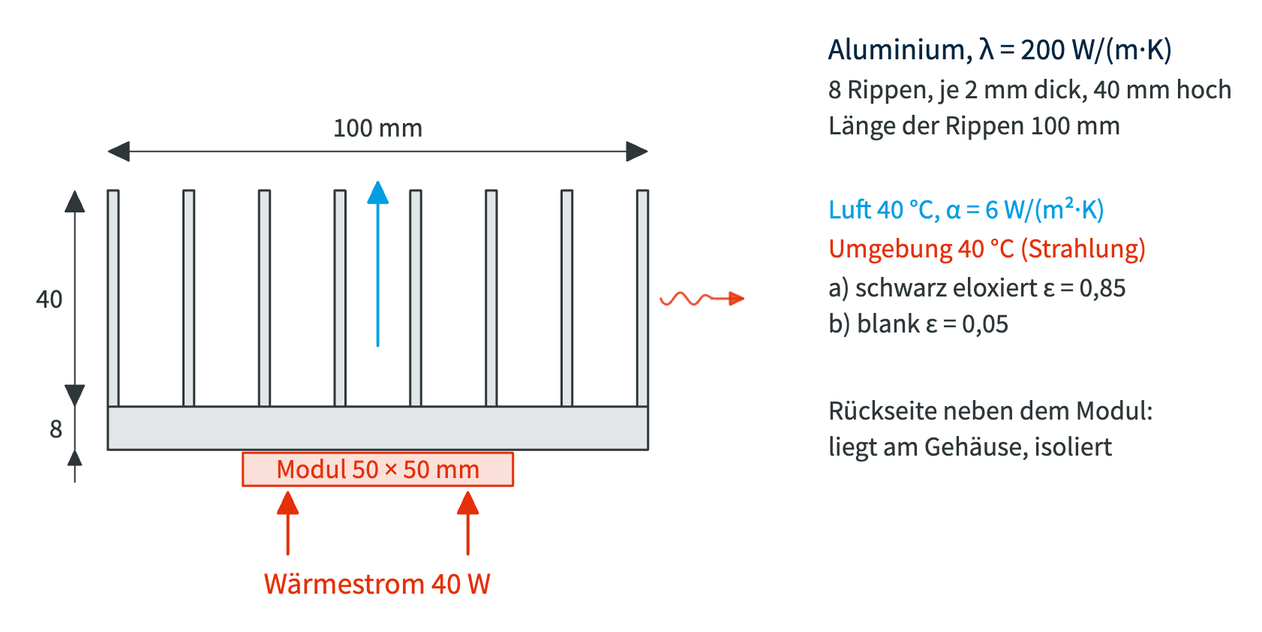
Before: docs/P2_Randbedingungen/images/p2_kuehlkoerper.excalidraw.png, a diagram exported from Excalidraw (prof-schoenfelder-lab/Thermische-Analyse). Source tidied: one line per element, renumbered; positions are measured from the earlier drawing's top-left corner, leaving out a move shared by most shapes.
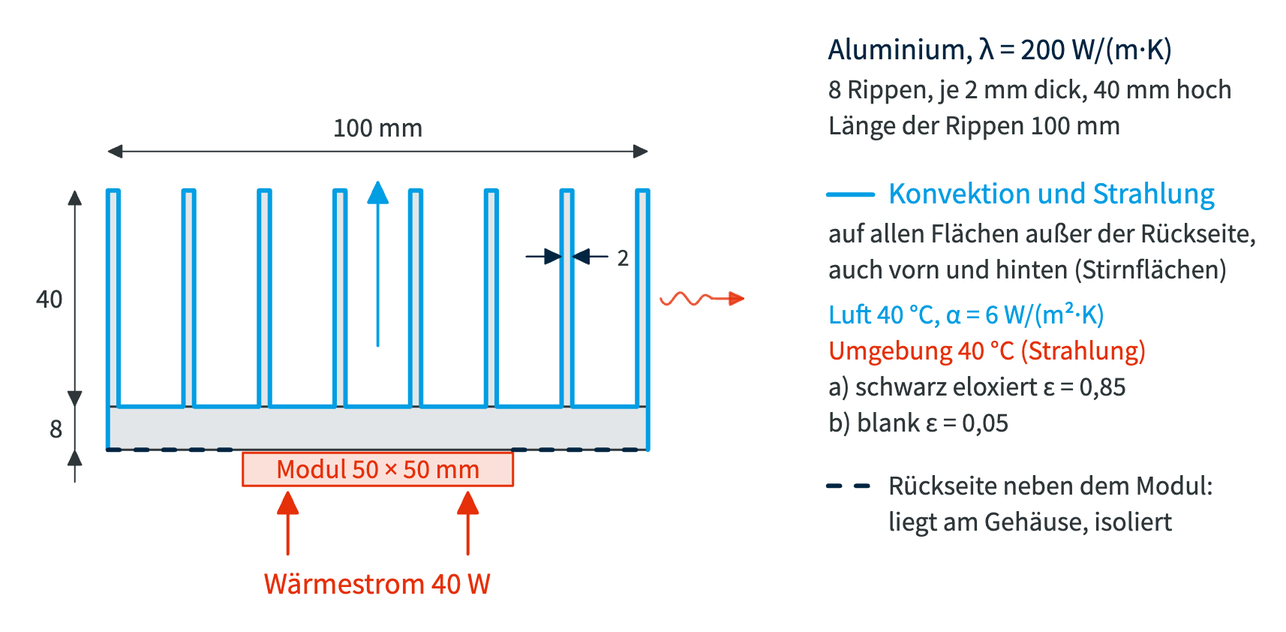
The same file after the commit.

Change to the diagram source:
```diff
@@ -1,36 +1,47 @@
-{"id": 0, "type": "rectangle", "strokeColor": "#2E3639", "backgroundColor": "#e3e6e8", "fillStyle": "solid", "strokeWidth": 1.5, "roughness": 0, "x": 52, "y": 251, "width": 360, "height": 29}
-{"id": 1, "type": "rectangle", "strokeColor": "#2E3639", "backgroundColor": "#e3e6e8", "fillStyle": "solid", "strokeWidth": 1.5, "roughness": 0, "x": 52, "y": 107, "width": 7, "height": 144}
-{"id": 2, "type": "rectangle", "strokeColor": "#2E3639", "backgroundColor": "#e3e6e8", "fillStyle": "solid", "strokeWidth": 1.5, "roughness": 0, "x": 102, "y": 107, "width": 7, "height": 144}
-{"id": 3, "type": "rectangle", "strokeColor": "#2E3639", "backgroundColor": "#e3e6e8", "fillStyle": "solid", "strokeWidth": 1.5, "roughness": 0, "x": 153, "y": 107, "width": 7, "height": 144}
-{"id": 4, "type": "rectangle", "strokeColor": "#2E3639", "backgroundColor": "#e3e6e8", "fillStyle": "solid", "strokeWidth": 1.5, "roughness": 0, "x": 203, "y": 107, "width": 7, "height": 144}
-{"id": 5, "type": "rectangle", "strokeColor": "#2E3639", "backgroundColor": "#e3e6e8", "fillStyle": "solid", "strokeWidth": 1.5, "roughness": 0, "x": 253, "y": 107, "width": 7, "height": 144}
-{"id": 6, "type": "rectangle", "strokeColor": "#2E3639", "backgroundColor": "#e3e6e8", "fillStyle": "solid", "strokeWidth": 1.5, "roughness": 0, "x": 304, "y": 107, "width": 7, "height": 144}
-{"id": 7, "type": "rectangle", "strokeColor": "#2E3639", "backgroundColor": "#e3e6e8", "fillStyle": "solid", "strokeWidth": 1.5, "roughness": 0, "x": 354, "y": 107, "width": 7, "height": 144}
-{"id": 8, "type": "rectangle", "strokeColor": "#2E3639", "backgroundColor": "#e3e6e8", "fillStyle": "solid", "strokeWidth": 1.5, "roughness": 0, "x": 405, "y": 107, "width": 7, "height": 144}
-{"id": 9, "type": "rectangle", "strokeColor": "#E53009", "backgroundColor": "#fbe0d9", "fillStyle": "solid", "strokeWidth": 1.5, "roughness": 0, "x": 142, "y": 282, "width": 180, "height": 22}
+{"id": 36, "type": "rectangle", "strokeColor": "#2E3639", "backgroundColor": "#e3e6e8", "fillStyle": "solid", "strokeWidth": 1.5, "roughness": 0, "x": 52, "y": 251, "width": 360, "height": 29}
+{"id": 37, "type": "rectangle", "strokeColor": "#2E3639", "backgroundColor": "#e3e6e8", "fillStyle": "solid", "strokeWidth": 1.5, "roughness": 0, "x": 52, "y": 107, "width": 7, "height": 144}
+{"id": 38, "type": "rectangle", "strokeColor": "#2E3639", "backgroundColor": "#e3e6e8", "fillStyle": "solid", "strokeWidth": 1.5, "roughness": 0, "x": 102, "y": 107, "width": 7, "height": 144}
+{"id": 39, "type": "rectangle", "strokeColor": "#2E3639", "backgroundColor": "#e3e6e8", "fillStyle": "solid", "strokeWidth": 1.5, "roughness": 0, "x": 153, "y": 107, "width": 7, "height": 144}
+{"id": 40, "type": "rectangle", "strokeColor": "#2E3639", "backgroundColor": "#e3e6e8", "fillStyle": "solid", "strokeWidth": 1.5, "roughness": 0, "x": 203, "y": 107, "width": 7, "height": 144}
+{"id": 41, "type": "rectangle", "strokeColor": "#2E3639", "backgroundColor": "#e3e6e8", "fillStyle": "solid", "strokeWidth": 1.5, "roughness": 0, "x": 253, "y": 107, "width": 7, "height": 144}
+{"id": 42, "type": "rectangle", "strokeColor": "#2E3639", "backgroundColor": "#e3e6e8", "fillStyle": "solid", "strokeWidth": 1.5, "roughness": 0, "x": 304, "y": 107, "width": 7, "height": 144}
+{"id": 43, "type": "rectangle", "strokeColor": "#2E3639", "backgroundColor": "#e3e6e8", "fillStyle": "solid", "strokeWidth": 1.5, "roughness": 0, "x": 354, "y": 107, "width": 7, "height": 144}
+{"id": 44, "type": "rectangle", "strokeColor": "#2E3639", "backgroundColor": "#e3e6e8", "fillStyle": "solid", "strokeWidth": 1.5, "roughness": 0, "x": 405, "y": 107, "width": 7, "height": 144}
+{"id": 45, "type": "rectangle", "strokeColor": "#E53009", "backgroundColor": "#fbe0d9", "fillStyle": "solid", "strokeWidth": 1.5, "roughness": 0, "x": 142, "y": 282, "width": 180, "height": 22}
 {"id": 10, "type": "text", "text": "Modul 50 × 50 mm", "strokeColor": "#E53009", "strokeWidth": 2, "roughness": 0, "fontSize": 18, "fontFamily": 4, "x": 164, "y": 281, "width": 136, "height": 23}
-{"id": 11, "type": "arrow", "strokeColor": "#E53009", "strokeWidth": 2, "roughness": 0, "endArrowhead": "triangle", "x": 172, "y": 349, "width": 0, "height": 42, "points": [[0, 0], [0, -41]]}
-{"id": 12, "type": "arrow", "strokeColor": "#E53009", "strokeWidth": 2, "roughness": 0, "endArrowhead": "triangle", "x": 292, "y": 349, "width": 0, "height": 42, "points": [[0, 0], [0, -41]]}
+{"id": 46, "type": "arrow", "strokeColor": "#E53009", "strokeWidth": 2, "roughness": 0, "endArrowhead": "triangle", "x": 172, "y": 349, "width": 0, "height": 42, "points": [[0, 0], [0, -41]]}
+{"id": 47, "type": "arrow", "strokeColor": "#E53009", "strokeWidth": 2, "roughness": 0, "endArrowhead": "triangle", "x": 292, "y": 349, "width": 0, "height": 42, "points": [[0, 0], [0, -41]]}
 {"id": 13, "type": "text", "text": "Wärmestrom 40 W", "strokeColor": "#E53009", "strokeWidth": 2, "roughness": 0, "fontSize": 20, "fontFamily": 4, "x": 156, "y": 356, "width": 151, "height": 25}
-{"id": 14, "type": "arrow", "strokeColor": "#2E3639", "strokeWidth": 1, "roughness": 0, "startArrowhead": "triangle", "endArrowhead": "triangle", "x": 52, "y": 81, "width": 360, "height": 0, "points": [[0, 0], [359, 0]]}
-{"id": 15, "type": "rectangle", "strokeColor": "transparent", "backgroundColor": "#ffffff", "fillStyle": "solid", "strokeWidth": 1, "roughness": 0, "x": 198, "y": 57, "width": 68, "height": 18}
+{"id": 48, "type": "arrow", "strokeColor": "#2E3639", "strokeWidth": 1, "roughness": 0, "startArrowhead": "triangle", "endArrowhead": "triangle", "x": 52, "y": 81, "width": 360, "height": 0, "points": [[0, 0], [20, 0], [340, 0], [359, 0]]}
+{"id": 49, "type": "rectangle", "strokeColor": "transparent", "backgroundColor": "#ffffff", "fillStyle": "solid", "strokeWidth": 1, "roughness": 0, "x": 198, "y": 57, "width": 68, "height": 18}
 {"id": 16, "type": "text", "text": "100 mm", "strokeColor": "#2E3639", "strokeWidth": 2, "roughness": 0, "fontSize": 18, "fontFamily": 4, "x": 202, "y": 53, "width": 60, "height": 23}
-{"id": 17, "type": "arrow", "strokeColor": "#2E3639", "strokeWidth": 1, "roughness": 0, "startArrowhead": "triangle", "endArrowhead": "triangle", "x": 30, "y": 107, "width": 0, "height": 144, "points": [[0, 0], [0, 143]]}
-{"id": 18, "type": "rectangle", "strokeColor": "transparent", "backgroundColor": "#ffffff", "fillStyle": "solid", "strokeWidth": 1, "roughness": 0, "x": 0, "y": 171, "width": 26, "height": 18}
+{"id": 50, "type": "arrow", "strokeColor": "#2E3639", "strokeWidth": 1, "roughness": 0, "startArrowhead": "triangle", "endArrowhead": "triangle", "x": 30, "y": 107, "width": 0, "height": 144, "points": [[0, 0], [0, 20], [0, 124], [0, 143]]}
+{"id": 51, "type": "rectangle", "strokeColor": "transparent", "backgroundColor": "#ffffff", "fillStyle": "solid", "strokeWidth": 1, "roughness": 0, "x": 0, "y": 171, "width": 26, "height": 18}
 {"id": 19, "type": "text", "text": "40", "strokeColor": "#2E3639", "strokeWidth": 2, "roughness": 0, "fontSize": 18, "fontFamily": 4, "x": 4, "y": 167, "width": 18, "height": 23}
-{"id": 20, "type": "line", "strokeColor": "#2E3639", "strokeWidth": 1, "roughness": 0, "x": 30, "y": 251, "width": 100, "height": 0, "points": [[0, 0], [0, 29]]}
-{"id": 21, "type": "arrow", "strokeColor": "#2E3639", "strokeWidth": 1, "roughness": 0, "endArrowhead": "triangle", "x": 30, "y": 229, "width": 0, "height": 22, "points": [[0, 0], [0, 21]]}
-{"id": 22, "type": "arrow", "strokeColor": "#2E3639", "strokeWidth": 1, "roughness": 0, "endArrowhead": "triangle", "x": 30, "y": 301, "width": 0, "height": 22, "points": [[0, 0], [0, -21]]}
-{"id": 23, "type": "rectangle", "strokeColor": "transparent", "backgroundColor": "#ffffff", "fillStyle": "solid", "strokeWidth": 1, "roughness": 0, "x": 9, "y": 258, "width": 17, "height": 18}
+{"id": 52, "type": "line", "strokeColor": "#2E3639", "strokeWidth": 1, "roughness": 0, "x": 30, "y": 251, "width": 100, "height": 0, "points": [[0, 0], [0, 29]]}
+{"id": 53, "type": "arrow", "strokeColor": "#2E3639", "strokeWidth": 1, "roughness": 0, "endArrowhead": "triangle", "x": 30, "y": 229, "width": 0, "height": 22, "points": [[0, 0], [0, 21]]}
+{"id": 54, "type": "arrow", "strokeColor": "#2E3639", "strokeWidth": 1, "roughness": 0, "endArrowhead": "triangle", "x": 30, "y": 301, "width": 0, "height": 22, "points": [[0, 0], [0, -21]]}
+{"id": 55, "type": "rectangle", "strokeColor": "transparent", "backgroundColor": "#ffffff", "fillStyle": "solid", "strokeWidth": 1, "roughness": 0, "x": 9, "y": 258, "width": 17, "height": 18}
 {"id": 24, "type": "text", "text": "8", "strokeColor": "#2E3639", "strokeWidth": 2, "roughness": 0, "fontSize": 18, "fontFamily": 4, "x": 13, "y": 254, "width": 9, "height": 23}
-{"id": 25, "type": "arrow", "strokeColor": "#009EE3", "strokeWidth": 1.8, "roughness": 0, "endArrowhead": "triangle", "x": 232, "y": 210, "width": 0, "height": 110, "points": [[0, 0], [0, -109]]}
-{"id": 26, "type": "arrow", "strokeColor": "#E53009", "strokeWidth": 1.6, "roughness": 0, "opacity": 80, "endArrowhead": "triangle", "round": true, "x": 420, "y": 179, "width": 56, "height": 8, "points": [[0, 0], [1, 2], [2, 3], [3, 4], [4, 4], [5, 4], [6, 3], [7, 2], [8, 0], [10, -2], [11, -3], [12, -4], [13, -4], [14, -4], [15, -3], [16, -2], [18, 0], [19, 2], [20, 3], [21, 4], [22, 4], [23, 4], [24, 3], [25, 2], [26, 0], [28, -1], [29, -2], [30, -2], [31, -2], [32, -1], [33, -1], [34, 0], [36, 0], [55, 0]]}
+{"id": 56, "type": "arrow", "strokeColor": "#009EE3", "strokeWidth": 1.8, "roughness": 0, "endArrowhead": "triangle", "x": 232, "y": 210, "width": 0, "height": 110, "points": [[0, 0], [0, -109]]}
+{"id": 57, "type": "arrow", "strokeColor": "#E53009", "strokeWidth": 1.6, "roughness": 0, "opacity": 80, "endArrowhead": "triangle", "round": true, "x": 420, "y": 179, "width": 56, "height": 8, "points": [[0, 0], [1, 2], [2, 3], [3, 4], [4, 4], [5, 4], [6, 3], [7, 2], [8, 0], [10, -2], [11, -3], [12, -4], [13, -4], [14, -4], [15, -3], [16, -2], [18, 0], [19, 2], [20, 3], [21, 4], [22, 4], [23, 4], [24, 3], [25, 2], [26, 0], [28, -1], [29, -2], [30, -2], [31, -2], [32, -1], [33, -1], [34, 0], [36, 0], [55, 0]]}
+{"id": 58, "type": "line", "strokeColor": "#009EE3", "strokeWidth": 3, "roughness": 0, "x": 52, "y": 280, "width": 100, "height": 0, "points": [[0, 0], [0, -173], [7, -173], [7, -29], [50, -29], [50, -173], [58, -173], [58, -29], [101, -29], [101, -173], [108, -173], [108, -29], [151, -29], [151, -173], [158, -173], [158, -29], [202, -29], [202, -173], [209, -173], [209, -29], [252, -29], [252, -173], [259, -173], [259, -29], [302, -29], [302, -173], [310, -173], [310, -29], [353, -29], [353, -173], [360, -173], [360, 0]]}
+{"id": 59, "type": "line", "strokeColor": "#022541", "strokeWidth": 2.5, "strokeStyle": "dashed", "roughness": 0, "x": 52, "y": 280, "width": 100, "height": 0, "points": [[0, 0], [90, 0]]}
+{"id": 60, "type": "line", "strokeColor": "#022541", "strokeWidth": 2.5, "strokeStyle": "dashed", "roughness": 0, "x": 322, "y": 280, "width": 100, "height": 0, "points": [[0, 0], [90, 0]]}
+{"id": 61, "type": "arrow", "strokeColor": "#022541", "strokeWidth": 1.2, "roughness": 0, "endArrowhead": "triangle", "x": 331, "y": 151, "width": 24, "height": 0, "points": [[0, 0], [23, 0]]}
+{"id": 62, "type": "arrow", "strokeColor": "#022541", "strokeWidth": 1.2, "roughness": 0, "endArrowhead": "triangle", "x": 385, "y": 151, "width": 24, "height": 0, "points": [[0, 0], [-23, 0]]}
+{"id": 63, "type": "text", "text": "2", "strokeColor": "#2E3639", "strokeWidth": 2, "roughness": 0, "fontSize": 16, "fontFamily": 4, "x": 391, "y": 141, "width": 8, "height": 20}
 {"id": 27, "type": "text", "text": "Aluminium, λ = 200 W/(m·K)", "strokeColor": "#022541", "strokeWidth": 2, "roughness": 0, "fontSize": 20, "fontFamily": 4, "x": 532, "y": 0, "width": 230, "height": 25}
 {"id": 28, "type": "text", "text": "8 Rippen, je 2 mm dick, 40 mm hoch", "strokeColor": "#2E3639", "strokeWidth": 2, "roughness": 0, "fontSize": 18, "fontFamily": 4, "x": 532, "y": 28, "width": 269, "height": 23}
 {"id": 29, "type": "text", "text": "Länge der Rippen 100 mm", "strokeColor": "#2E3639", "strokeWidth": 2, "roughness": 0, "fontSize": 18, "fontFamily": 4, "x": 532, "y": 52, "width": 195, "height": 23}
+{"id": 64, "type": "line", "strokeColor": "#009EE3", "strokeWidth": 3, "roughness": 0, "x": 532, "y": 110, "width": 100, "height": 0, "points": [[0, 0], [30, 0]]}
+{"id": 65, "type": "text", "text": "Konvektion und Strahlung", "strokeColor": "#009EE3", "strokeWidth": 2, "roughness": 0, "fontSize": 20, "fontFamily": 4, "x": 572, "y": 96, "width": 218, "height": 25}
+{"id": 66, "type": "text", "text": "auf allen Flächen außer der Rückseite,", "strokeColor": "#2E3639", "strokeWidth": 2, "roughness": 0, "fontSize": 18, "fontFamily": 4, "x": 532, "y": 124, "width": 285, "height": 23}
+{"id": 67, "type": "text", "text": "auch vorn und hinten (Stirnflächen)", "strokeColor": "#2E3639", "strokeWidth": 2, "roughness": 0, "fontSize": 18, "fontFamily": 4, "x": 532, "y": 148, "width": 266, "height": 23}
-{"id": 30, "type": "text", "text": "Luft 40 °C, α = 6 W/(m²·K)", "strokeColor": "#009EE3", "strokeWidth": 2, "roughness": 0, "fontSize": 18, "fontFamily": 4, "x": 532, "y": 108, "width": 184, "height": 23}
+{"id": 30, "type": "text", "text": "Luft 40 °C, α = 6 W/(m²·K)", "strokeColor": "#009EE3", "strokeWidth": 2, "roughness": 0, "fontSize": 18, "fontFamily": 4, "x": 532, "y": 178, "width": 184, "height": 23}
-{"id": 31, "type": "text", "text": "Umgebung 40 °C (Strahlung)", "strokeColor": "#E53009", "strokeWidth": 2, "roughness": 0, "fontSize": 18, "fontFamily": 4, "x": 532, "y": 134, "width": 212, "height": 23}
+{"id": 31, "type": "text", "text": "Umgebung 40 °C (Strahlung)", "strokeColor": "#E53009", "strokeWidth": 2, "roughness": 0, "fontSize": 18, "fontFamily": 4, "x": 532, "y": 202, "width": 212, "height": 23}
-{"id": 32, "type": "text", "text": "a) schwarz eloxiert ε = 0,85", "strokeColor": "#2E3639", "strokeWidth": 2, "roughness": 0, "fontSize": 18, "fontFamily": 4, "x": 532, "y": 160, "width": 199, "height": 23}
+{"id": 32, "type": "text", "text": "a) schwarz eloxiert ε = 0,85", "strokeColor": "#2E3639", "strokeWidth": 2, "roughness": 0, "fontSize": 18, "fontFamily": 4, "x": 532, "y": 226, "width": 199, "height": 23}
-{"id": 33, "type": "text", "text": "b) blank ε = 0,05", "strokeColor": "#2E3639", "strokeWidth": 2, "roughness": 0, "fontSize": 18, "fontFamily": 4, "x": 532, "y": 184, "width": 121, "height": 23}
+{"id": 33, "type": "text", "text": "b) blank ε = 0,05", "strokeColor": "#2E3639", "strokeWidth": 2, "roughness": 0, "fontSize": 18, "fontFamily": 4, "x": 532, "y": 250, "width": 121, "height": 23}
+{"id": 68, "type": "line", "strokeColor": "#022541", "strokeWidth": 2.5, "strokeStyle": "dashed", "roughness": 0, "x": 532, "y": 304, "width": 100, "height": 0, "points": [[0, 0], [30, 0]]}
-{"id": 34, "type": "text", "text": "Rückseite neben dem Modul:", "strokeColor": "#2E3639", "strokeWidth": 2, "roughness": 0, "fontSize": 18, "fontFamily": 4, "x": 532, "y": 242, "width": 217, "height": 23}
+{"id": 34, "type": "text", "text": "Rückseite neben dem Modul:", "strokeColor": "#2E3639", "strokeWidth": 2, "roughness": 0, "fontSize": 18, "fontFamily": 4, "x": 572, "y": 292, "width": 217, "height": 23}
-{"id": 35, "type": "text", "text": "liegt am Gehäuse, isoliert", "strokeColor": "#2E3639", "strokeWidth": 2, "roughness": 0, "fontSize": 18, "fontFamily": 4, "x": 532, "y": 266, "width": 189, "height": 23}
+{"id": 35, "type": "text", "text": "liegt am Gehäuse, isoliert", "strokeColor": "#2E3639", "strokeWidth": 2, "roughness": 0, "fontSize": 18, "fontFamily": 4, "x": 572, "y": 316, "width": 189, "height": 23}
```
